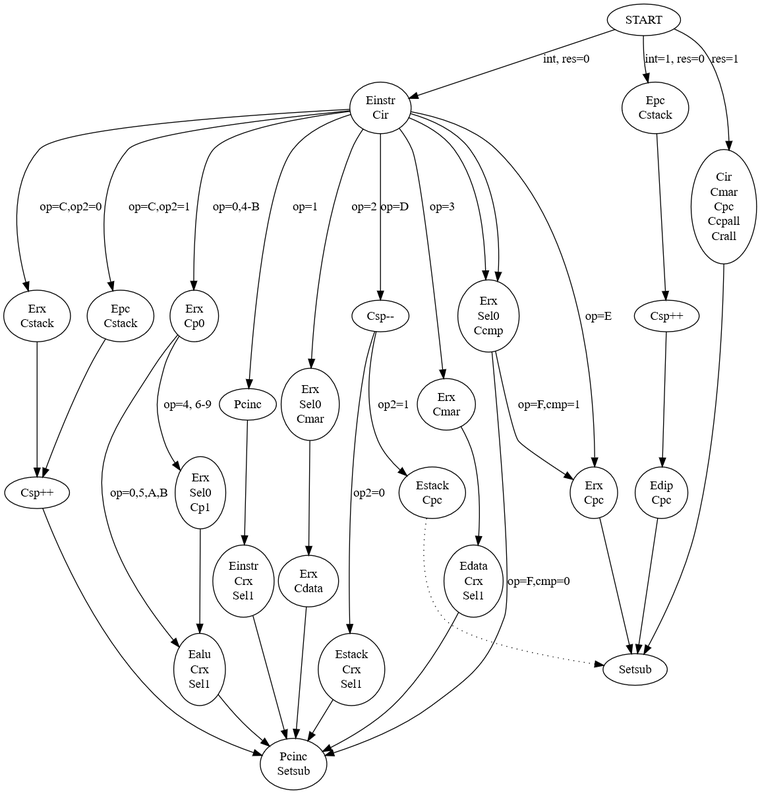
This is Specifications/Control_Signals_FSM.png from AsparaGus116/Romulus-I, a Graphviz export, as it was before one commit. Its source is kept beside it as Specifications/Control_Signals_FSM.dot.
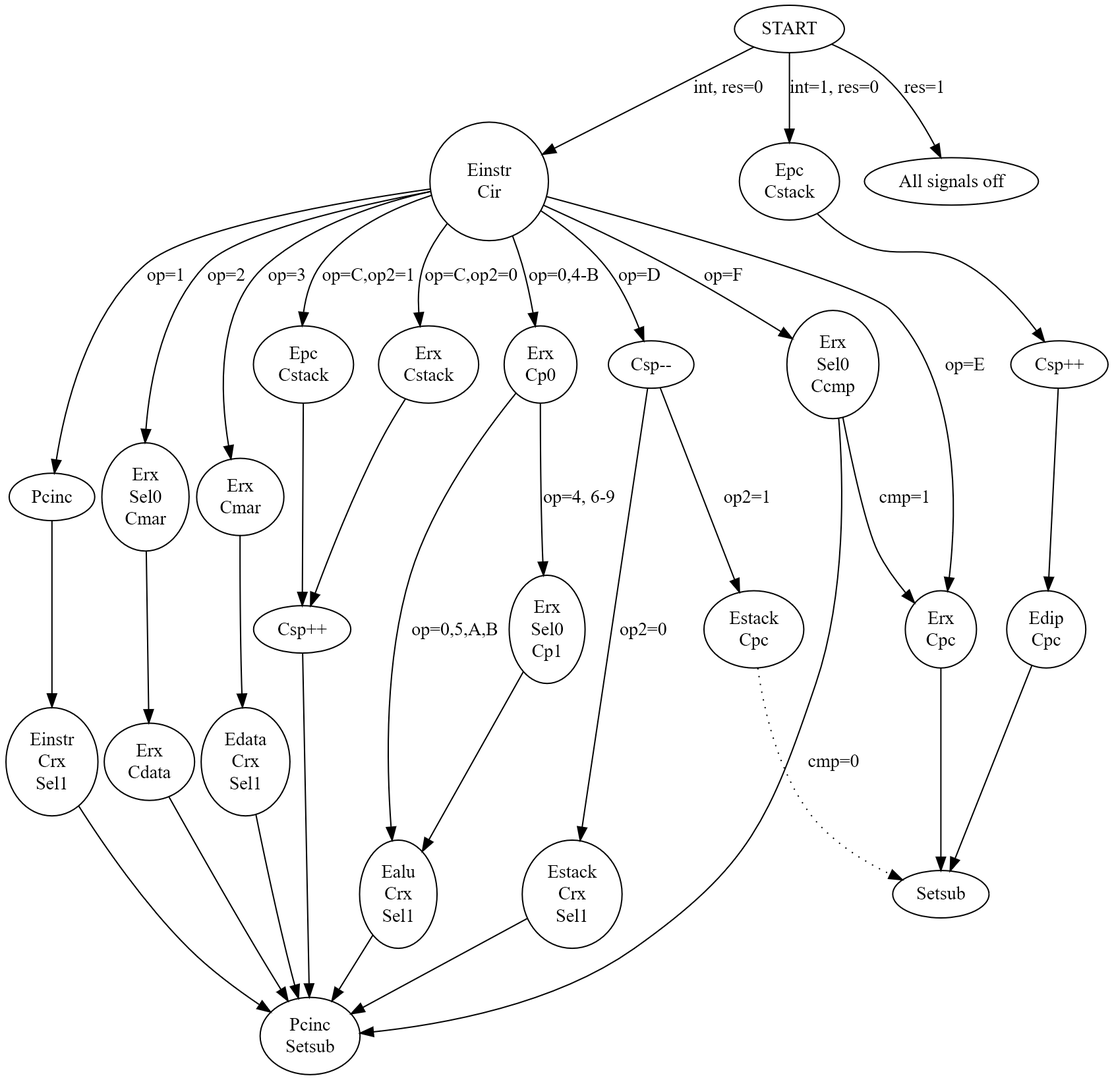
The same diagram one commit later.

Commit message:
Updated control signals FSM

The edit, as a diff of the source:
```diff
@@ -7,7 +7,6 @@
     I2 -> I3;
 
     START -> R0[label="res=1"]
-    R0 -> I3;
 
 
     n00 -> n01[label="op=0,4-B"]
@@ -44,12 +43,11 @@
     n00 -> ne1[label="op=E"]
     ne1 -> I3;
 
-    n00 -> nf1;
-    nf1 -> n03[label="op=F,cmp=0"];
-    n00 -> nf1;
-    nf1 -> ne1[label="op=F,cmp=1"];
+    n00 -> nf1[label="op=F"];
+    nf1 -> n03[label="cmp=0"];
+    nf1 -> ne1[label="cmp=1"];
 
-    n00[label="Einstr\nCir"]
+    n00[label="Einstr\nCir", shape=circle, width=1.25]
     n01[label="Erx\nCp0"]
     n02[label="Ealu\nCrx\nSel1"]
     n03[label="Pcinc\nSetsub"]
@@ -59,7 +57,7 @@
     I2[label="Edip\nCpc"]
     I3[label="Setsub"]
 
-    R0[label="Cir\nCmar\nCpc\nCcpall\nCrall"]
+    R0[label="All signals off"]
 
     n11[label="Pcinc"]
     n12[label="Einstr\nCrx\nSel1"]
```
